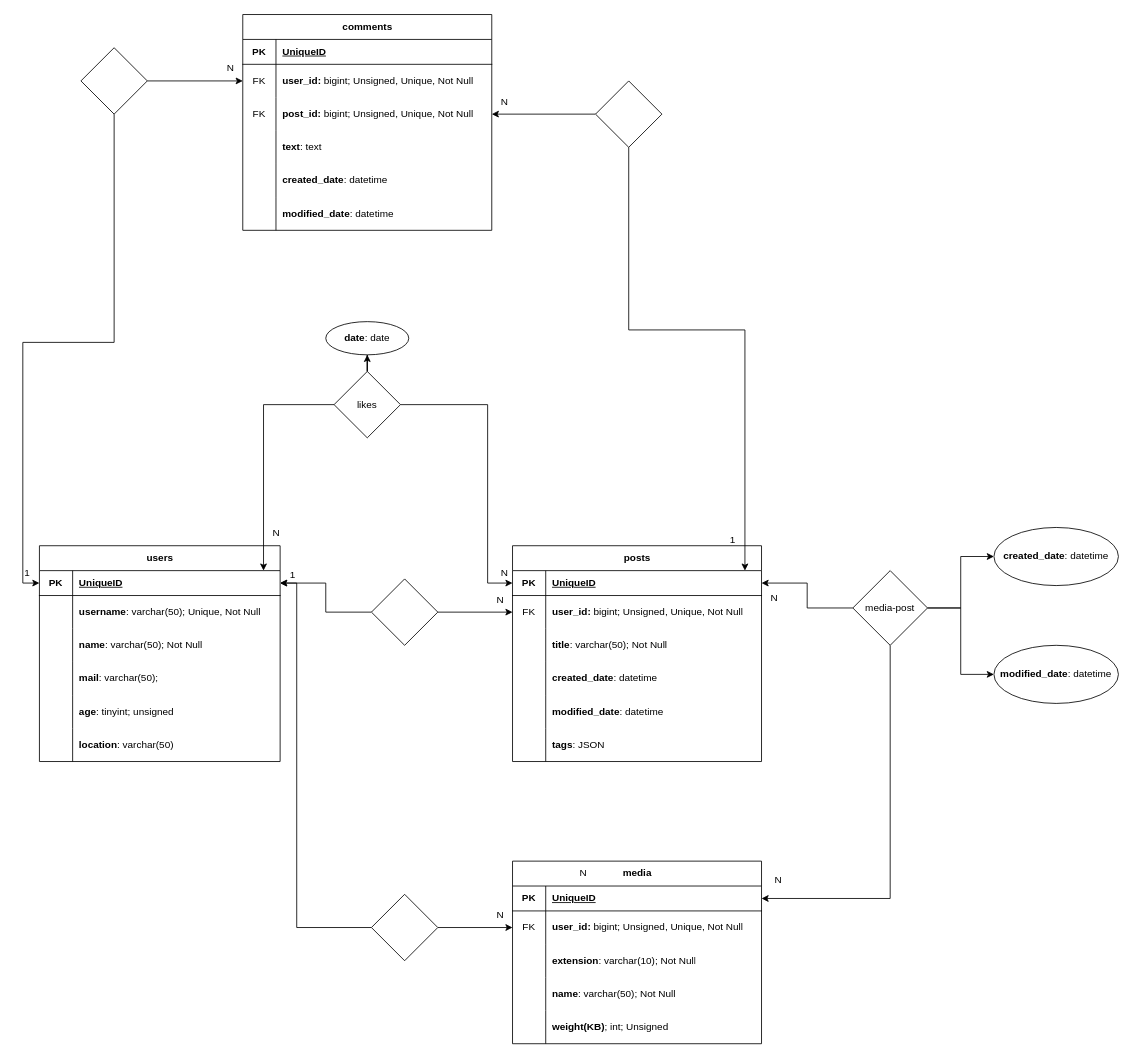
The draw.io diagram social-platform.drawio in giogiosgr/social-platform, before the edit. Source tidied: cells renumbered, new cells numbered last; positions are measured from the earlier drawing's top-left corner, leaving out a move shared by most shapes. Both pictures are drawn from the tidied source at 83%, with x=0, y=0 at pixel (14, 14).
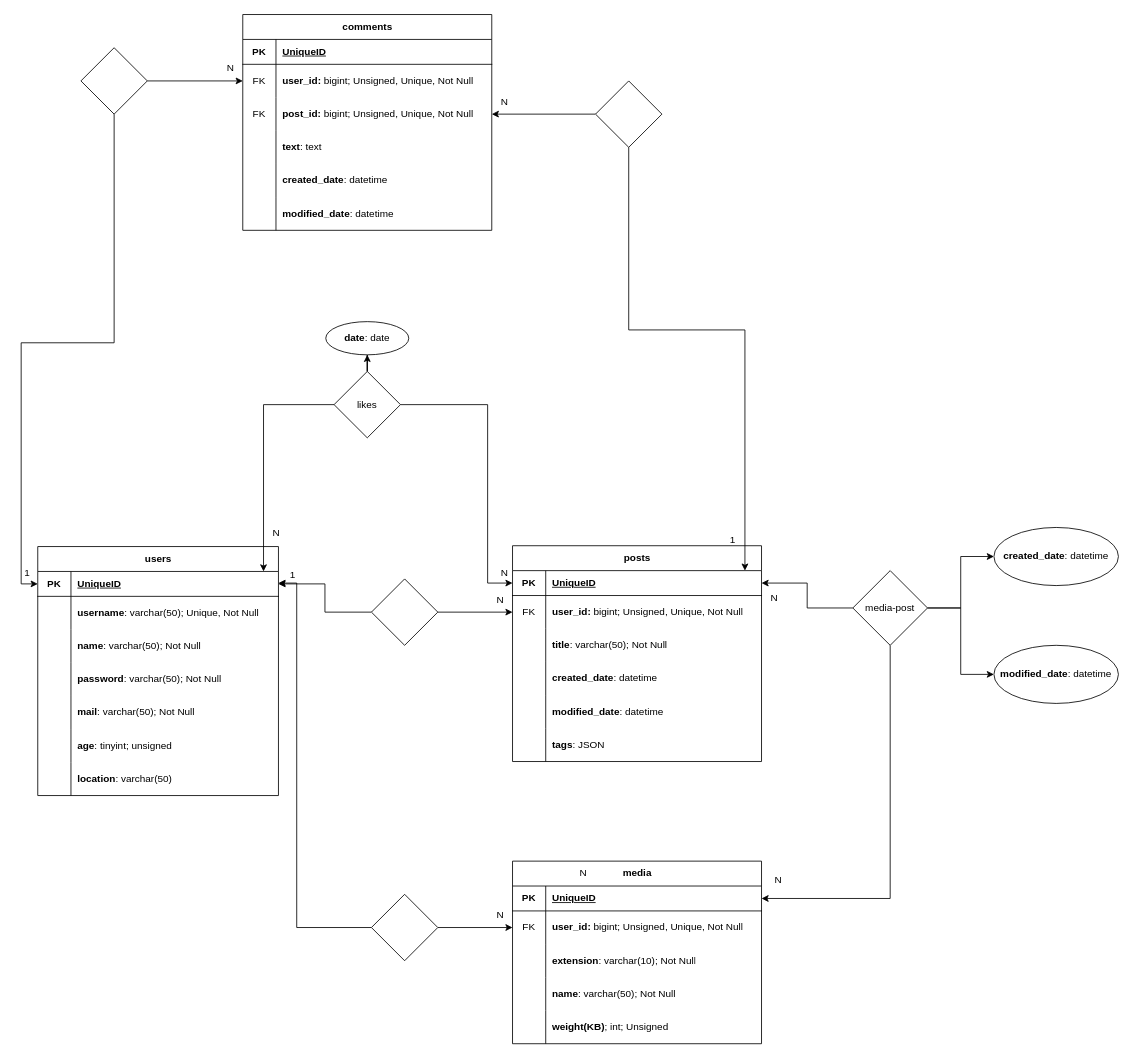
The same page after the edit.

Commit message (it also covers changes not shown here):
feat: fine schema

Diff of the diagram source:
```diff
@@
     <mxCell id="2" value="users" style="shape=table;startSize=30;childLayout=tableLayout;rowLines=0;fontStyle=1;align=center;html=1;" parent="1" vertex="1">
-      <mxGeometry x="30" y="640" width="290" height="260" as="geometry" />
+      <mxGeometry x="28" y="641" width="290" height="300" as="geometry" />
     </mxCell>
@@
+    <mxCell id="111" style="shape=tableRow;horizontal=0;startSize=0;swimlaneHead=0;swimlaneBody=0;fillColor=none;top=0;left=0;right=0;bottom=0;" parent="2" vertex="1">
+      <mxGeometry y="140" width="290" height="40" as="geometry" />
+    </mxCell>
+    <mxCell id="112" style="shape=partialRectangle;fillColor=none;top=0;left=0;bottom=0;right=0;overflow=hidden;whiteSpace=wrap;html=1;" parent="111" vertex="1">
+      <mxGeometry width="40" height="40" as="geometry" />
+    </mxCell>
+    <mxCell id="113" value="&lt;b&gt;password&lt;/b&gt;: varchar(50); Not Null&amp;nbsp; &amp;nbsp;" style="shape=partialRectangle;fillColor=none;top=0;left=0;bottom=0;right=0;align=left;spacingLeft=6;overflow=hidden;whiteSpace=wrap;html=1;" parent="111" vertex="1">
+      <mxGeometry x="40" width="250" height="40" as="geometry" />
+    </mxCell>
     <mxCell id="12" style="shape=tableRow;horizontal=0;startSize=0;swimlaneHead=0;swimlaneBody=0;fillColor=none;top=0;left=0;right=0;bottom=0;" parent="2" vertex="1">
-      <mxGeometry y="140" width="290" height="40" as="geometry" />
+      <mxGeometry y="180" width="290" height="40" as="geometry" />
     </mxCell>
@@
-    <mxCell id="14" value="&lt;b&gt;mail&lt;/b&gt;: varchar(50);" style="shape=partialRectangle;fillColor=none;top=0;left=0;bottom=0;right=0;align=left;spacingLeft=6;overflow=hidden;whiteSpace=wrap;html=1;" parent="12" vertex="1">
+    <mxCell id="14" value="&lt;b&gt;mail&lt;/b&gt;: varchar(50); Not Null" style="shape=partialRectangle;fillColor=none;top=0;left=0;bottom=0;right=0;align=left;spacingLeft=6;overflow=hidden;whiteSpace=wrap;html=1;" parent="12" vertex="1">
       <mxGeometry x="40" width="250" height="40" as="geometry" />
     </mxCell>
     <mxCell id="15" style="shape=tableRow;horizontal=0;startSize=0;swimlaneHead=0;swimlaneBody=0;fillColor=none;top=0;left=0;right=0;bottom=0;" parent="2" vertex="1">
-      <mxGeometry y="180" width="290" height="40" as="geometry" />
+      <mxGeometry y="220" width="290" height="40" as="geometry" />
     </mxCell>
@@
     <mxCell id="18" style="shape=tableRow;horizontal=0;startSize=0;swimlaneHead=0;swimlaneBody=0;fillColor=none;top=0;left=0;right=0;bottom=0;" parent="2" vertex="1">
-      <mxGeometry y="220" width="290" height="40" as="geometry" />
+      <mxGeometry y="260" width="290" height="40" as="geometry" />
     </mxCell>
```
